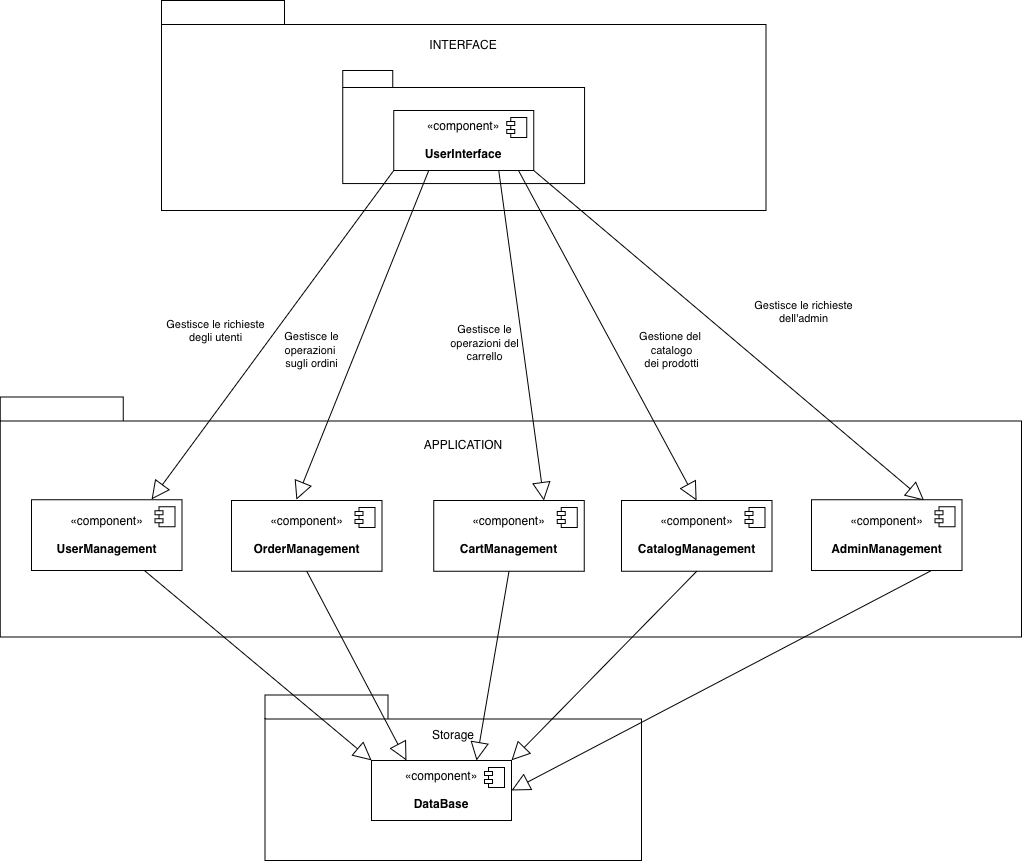
The draw.io diagram Deliverables/System Design Document images/PackageDiagram.png in SigsUni/LaCantina, before a commit. Source tidied: cells renumbered, new cells last; positions are measured from the earlier drawing's top-left corner, leaving out a move shared by most shapes.
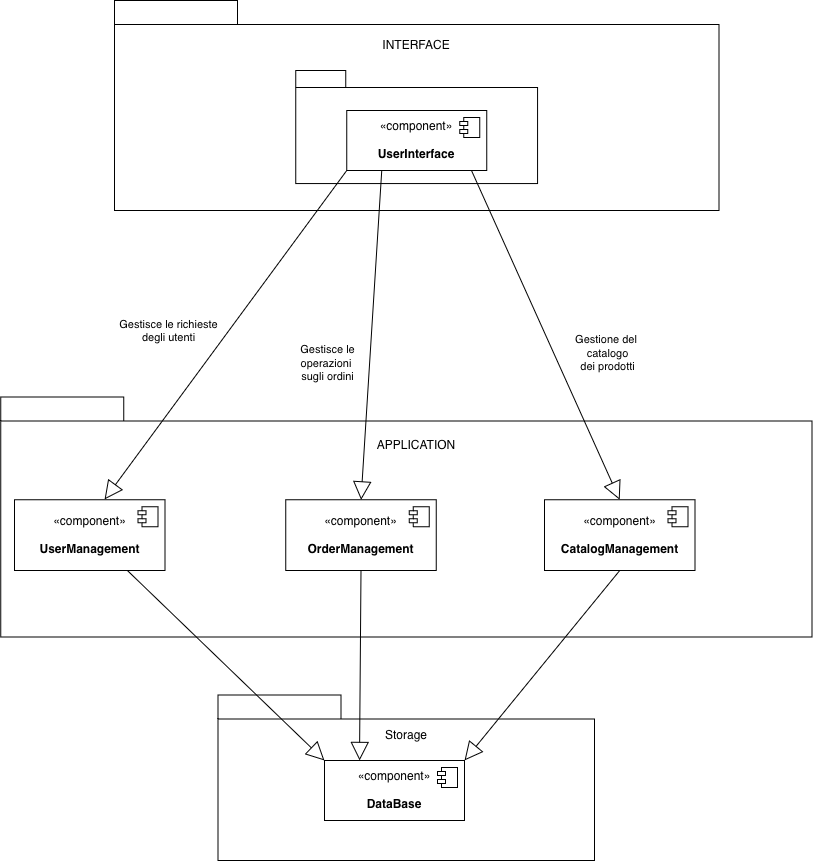
The same file after the commit.

The edit, as a diff of the source:
```diff
@@ -23,7 +23,7 @@
       </mxGeometry>
     </mxCell>
     <mxCell id="8" style="shape=folder;fontStyle=1;spacingTop=10;tabWidth=123;tabHeight=24;tabPosition=left;html=1;rounded=0;shadow=0;comic=0;labelBackgroundColor=none;strokeColor=#000000;strokeWidth=1;fillColor=#ffffff;fontFamily=Verdana;fontSize=10;fontColor=#000000;align=center;" parent="1" vertex="1">
-      <mxGeometry x="-0.2" y="396.5" width="1021.2" height="240" as="geometry" />
+      <mxGeometry x="47.1" y="396.5" width="811.2" height="240" as="geometry" />
     </mxCell>
     <mxCell id="9" style="shape=folder;fontStyle=1;spacingTop=10;tabWidth=123;tabHeight=24;tabPosition=left;html=1;rounded=0;shadow=0;comic=0;labelBackgroundColor=none;strokeWidth=1;fontFamily=Verdana;fontSize=10;align=center;" parent="1" vertex="1">
       <mxGeometry x="264.5" y="694.5" width="376.5" height="165.5" as="geometry" />
@@ -36,26 +36,12 @@
         <mxPoint x="151.1" y="499" as="targetPoint" />
       </mxGeometry>
     </mxCell>
-    <mxCell id="12" value="&lt;div&gt;Gestisce le&lt;/div&gt;&lt;div&gt;operazioni&amp;nbsp;&lt;/div&gt;&lt;div&gt;sugli ordini&lt;/div&gt;" style="endArrow=block;endSize=16;endFill=0;html=1;rounded=0;exitX=0.25;exitY=1;exitDx=0;exitDy=0;entryX=0.5;entryY=0;entryDx=0;entryDy=0;" parent="1" edge="1" source="6">
-      <mxGeometry x="0.19" y="-42" relative="1" as="geometry">
-        <mxPoint x="295.8" y="499.2" as="targetPoint" />
-      </mxGeometry>
+    <mxCell id="12" value="&lt;div&gt;Gestisce le&lt;/div&gt;&lt;div&gt;operazioni&amp;nbsp;&lt;/div&gt;&lt;div&gt;sugli ordini&lt;/div&gt;" style="endArrow=block;endSize=16;endFill=0;html=1;rounded=0;exitX=0.25;exitY=1;exitDx=0;exitDy=0;entryX=0.5;entryY=0;entryDx=0;entryDy=0;" parent="1" edge="1" source="6" target="21">
+      <mxGeometry x="0.19" y="-42" relative="1" as="geometry" />
     </mxCell>
-    <mxCell id="13" value="&lt;div&gt;Gestisce le&lt;/div&gt;&lt;div&gt;operazioni del&lt;/div&gt;&lt;div&gt;carrello&lt;/div&gt;" style="endArrow=block;endSize=16;endFill=0;html=1;rounded=0;exitX=0.75;exitY=1;exitDx=0;exitDy=0;entryX=0.75;entryY=0;entryDx=0;entryDy=0;" parent="1" edge="1" source="6">
-      <mxGeometry x="0.01" y="-38" relative="1" as="geometry">
-        <mxPoint x="543.5" y="500" as="targetPoint" />
-      </mxGeometry>
-    </mxCell>
-    <mxCell id="14" value="&lt;div&gt;Gestione del&amp;nbsp;&lt;/div&gt;&lt;div&gt;catalogo&lt;/div&gt;&lt;div&gt;dei prodotti&lt;/div&gt;" style="endArrow=block;endSize=16;endFill=0;html=1;rounded=0;exitX=0.891;exitY=1;exitDx=0;exitDy=0;exitPerimeter=0;entryX=0.5;entryY=0;entryDx=0;entryDy=0;" parent="1" edge="1" source="6">
-      <mxGeometry x="0.23" y="49" relative="1" as="geometry">
-        <mxPoint x="696" y="500" as="targetPoint" />
-      </mxGeometry>
+    <mxCell id="14" value="&lt;div&gt;Gestione del&amp;nbsp;&lt;/div&gt;&lt;div&gt;catalogo&lt;/div&gt;&lt;div&gt;dei prodotti&lt;/div&gt;" style="endArrow=block;endSize=16;endFill=0;html=1;rounded=0;exitX=0.891;exitY=1;exitDx=0;exitDy=0;exitPerimeter=0;entryX=0.5;entryY=0;entryDx=0;entryDy=0;" parent="1" edge="1" source="6" target="25">
+      <mxGeometry x="0.23" y="49" relative="1" as="geometry" />
     </mxCell>
-    <mxCell id="15" value="&lt;div&gt;Gestisce le richieste&lt;/div&gt;&lt;div&gt;dell'admin&lt;/div&gt;" style="endArrow=block;endSize=16;endFill=0;html=1;rounded=0;exitX=1;exitY=1;exitDx=0;exitDy=0;entryX=0.75;entryY=0;entryDx=0;entryDy=0;" parent="1" edge="1" source="6">
-      <mxGeometry x="0.16" y="66" relative="1" as="geometry">
-        <mxPoint x="923.5" y="500" as="targetPoint" />
-      </mxGeometry>
-    </mxCell>
     <mxCell id="16" value="Storage" style="text;html=1;whiteSpace=wrap;strokeColor=none;fillColor=none;align=center;verticalAlign=middle;rounded=0;" parent="1" vertex="1">
       <mxGeometry x="422.8" y="720" width="60" height="30" as="geometry" />
     </mxCell>
@@ -68,7 +54,7 @@
       </mxGeometry>
     </mxCell>
     <mxCell id="19" value="&lt;div&gt;«component»&lt;/div&gt;&lt;div&gt;&lt;br&gt;&lt;/div&gt;&lt;b&gt;UserManagement&lt;/b&gt;" style="html=1;whiteSpace=wrap;" parent="1" vertex="1">
-      <mxGeometry x="31" y="499.2" width="150.5" height="70.8" as="geometry" />
+      <mxGeometry x="61" y="499.2" width="150.5" height="70.8" as="geometry" />
     </mxCell>
     <mxCell id="20" style="shape=module;jettyWidth=8;jettyHeight=4;" parent="19" vertex="1">
       <mxGeometry x="1" width="20" height="20" relative="1" as="geometry">
@@ -76,51 +62,29 @@
       </mxGeometry>
     </mxCell>
     <mxCell id="21" value="&lt;div&gt;«component»&lt;/div&gt;&lt;div&gt;&lt;br&gt;&lt;/div&gt;&lt;b&gt;OrderManagement&lt;/b&gt;" style="html=1;whiteSpace=wrap;" parent="1" vertex="1">
-      <mxGeometry x="231" y="500" width="150.5" height="70.8" as="geometry" />
+      <mxGeometry x="332.2" y="499.2" width="150.5" height="70.8" as="geometry" />
     </mxCell>
     <mxCell id="22" style="shape=module;jettyWidth=8;jettyHeight=4;" parent="21" vertex="1">
       <mxGeometry x="1" width="20" height="20" relative="1" as="geometry">
         <mxPoint x="-27" y="7" as="offset" />
       </mxGeometry>
     </mxCell>
-    <mxCell id="23" value="&lt;div&gt;«component»&lt;/div&gt;&lt;div&gt;&lt;br&gt;&lt;/div&gt;&lt;b&gt;CartManagement&lt;/b&gt;" style="html=1;whiteSpace=wrap;" parent="1" vertex="1">
-      <mxGeometry x="433.2" y="500" width="150.5" height="70.8" as="geometry" />
-    </mxCell>
-    <mxCell id="24" style="shape=module;jettyWidth=8;jettyHeight=4;" parent="23" vertex="1">
-      <mxGeometry x="1" width="20" height="20" relative="1" as="geometry">
-        <mxPoint x="-27" y="7" as="offset" />
-      </mxGeometry>
-    </mxCell>
     <mxCell id="25" value="&lt;div&gt;«component»&lt;/div&gt;&lt;div&gt;&lt;br&gt;&lt;/div&gt;&lt;b&gt;CatalogManagement&lt;/b&gt;" style="html=1;whiteSpace=wrap;" parent="1" vertex="1">
-      <mxGeometry x="621" y="500" width="150.5" height="70.8" as="geometry" />
+      <mxGeometry x="591" y="499.2" width="150.5" height="70.8" as="geometry" />
     </mxCell>
     <mxCell id="26" style="shape=module;jettyWidth=8;jettyHeight=4;" parent="25" vertex="1">
       <mxGeometry x="1" width="20" height="20" relative="1" as="geometry">
         <mxPoint x="-27" y="7" as="offset" />
       </mxGeometry>
     </mxCell>
-    <mxCell id="27" value="&lt;div&gt;«component»&lt;/div&gt;&lt;div&gt;&lt;br&gt;&lt;/div&gt;&lt;b&gt;AdminManagement&lt;/b&gt;" style="html=1;whiteSpace=wrap;" parent="1" vertex="1">
-      <mxGeometry x="811" y="499.2" width="150.5" height="70.8" as="geometry" />
-    </mxCell>
-    <mxCell id="28" style="shape=module;jettyWidth=8;jettyHeight=4;" parent="27" vertex="1">
-      <mxGeometry x="1" width="20" height="20" relative="1" as="geometry">
-        <mxPoint x="-27" y="7" as="offset" />
-      </mxGeometry>
-    </mxCell>
     <mxCell id="29" style="endArrow=block;endSize=16;endFill=0;html=1;rounded=0;exitX=0.75;exitY=1;exitDx=0;exitDy=0;entryX=0;entryY=0;entryDx=0;entryDy=0;" parent="1" edge="1" source="19" target="17">
       <mxGeometry relative="1" as="geometry" />
     </mxCell>
     <mxCell id="30" style="endArrow=block;endSize=16;endFill=0;html=1;rounded=0;exitX=0.5;exitY=1;exitDx=0;exitDy=0;entryX=0.25;entryY=0;entryDx=0;entryDy=0;" parent="1" edge="1" source="21" target="17">
       <mxGeometry relative="1" as="geometry" />
     </mxCell>
-    <mxCell id="31" style="endArrow=block;endSize=16;endFill=0;html=1;rounded=0;exitX=0.5;exitY=1;exitDx=0;exitDy=0;entryX=0.75;entryY=0;entryDx=0;entryDy=0;" parent="1" edge="1" source="23" target="17">
-      <mxGeometry relative="1" as="geometry" />
-    </mxCell>
     <mxCell id="32" style="endArrow=block;endSize=16;endFill=0;html=1;rounded=0;entryX=1;entryY=0;entryDx=0;entryDy=0;exitX=0.5;exitY=1;exitDx=0;exitDy=0;" parent="1" edge="1" source="25" target="17">
       <mxGeometry relative="1" as="geometry" />
     </mxCell>
-    <mxCell id="33" style="endArrow=block;endSize=16;endFill=0;html=1;rounded=0;entryX=1;entryY=0.5;entryDx=0;entryDy=0;exitX=0.797;exitY=1;exitDx=0;exitDy=0;exitPerimeter=0;" parent="1" edge="1" source="27" target="17">
-      <mxGeometry relative="1" as="geometry" />
-    </mxCell>
   </root>
 </mxGraphModel>
```
